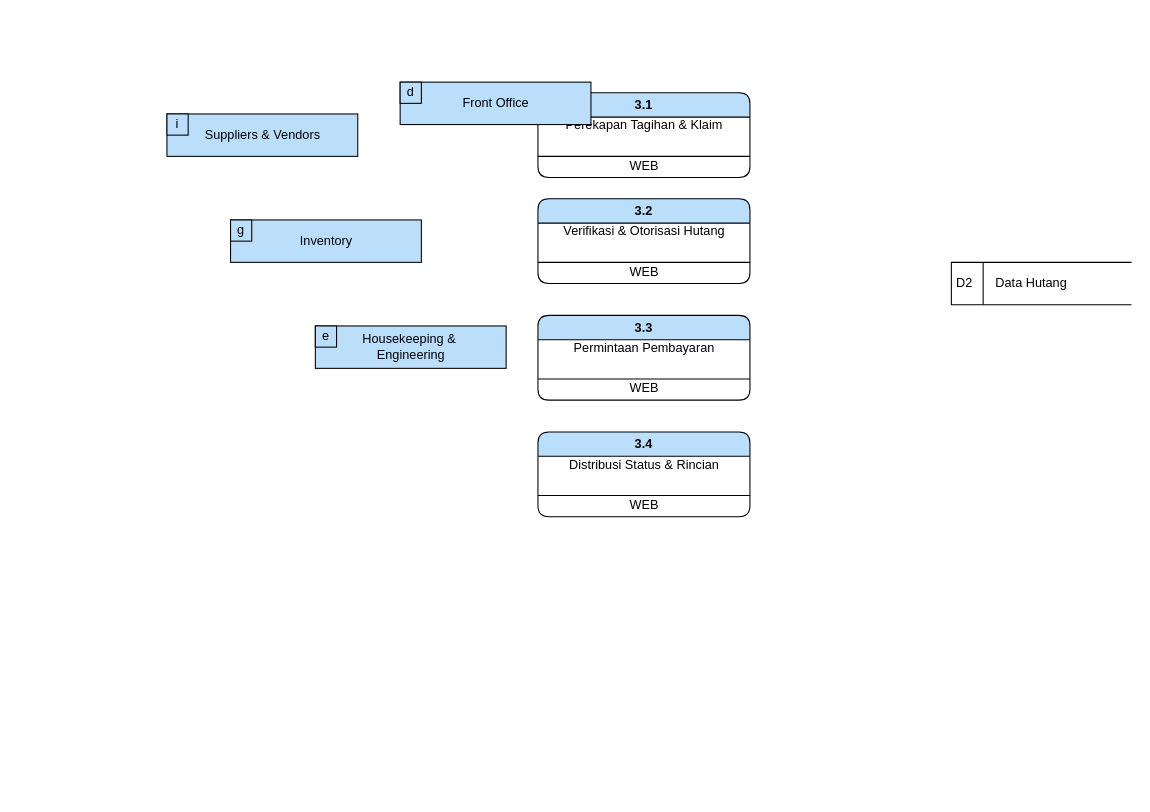
Before: page "DFD LVL 1-Hutang" (9 of 9) of DFD-FINANCE-MARU.drawio in elikawicaksana/BuildIT_BasisData, a draw.io diagram. Source tidied: cells renumbered, new cells numbered last; positions are measured from the earlier drawing's top-left corner, leaving out a move shared by most shapes. Both pictures are drawn from the tidied source at 106%, with x=0, y=0 at pixel (166, 82).
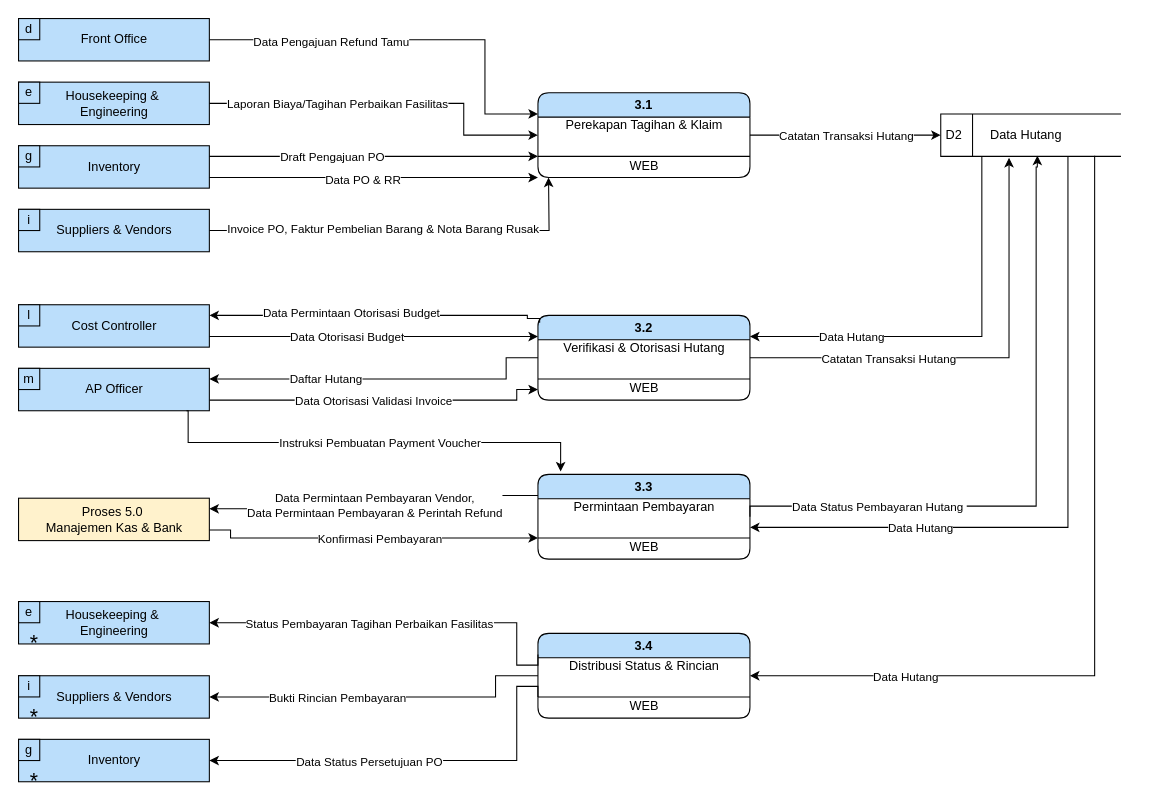
After the change.

The change refers to these unchanged cells:
```xml
<mxCell id="3" value="3.1" style="swimlane;whiteSpace=wrap;html=1;fillColor=#bbdefb;rounded=1;" parent="2" vertex="1">
  <mxGeometry width="200" height="80" as="geometry" />
</mxCell>
<mxCell id="7" value="3.2" style="swimlane;whiteSpace=wrap;html=1;fillColor=#bbdefb;rounded=1;" parent="6" vertex="1">
  <mxGeometry width="200" height="80" as="geometry" />
</mxCell>
<mxCell id="11" value="3.3" style="swimlane;whiteSpace=wrap;html=1;fillColor=#bbdefb;rounded=1;" parent="10" vertex="1">
  <mxGeometry width="200" height="80" as="geometry" />
</mxCell>
<mxCell id="15" value="3.4" style="swimlane;whiteSpace=wrap;html=1;fillColor=#bbdefb;rounded=1;" parent="14" vertex="1">
  <mxGeometry width="200" height="80" as="geometry" />
</mxCell>
<mxCell id="19" style="rounded=0;whiteSpace=wrap;html=1;fillColor=#bbdefb;" parent="18" vertex="1">
  <mxGeometry x="-30" width="180" height="40" as="geometry" />
</mxCell>
<mxCell id="23" style="rounded=0;whiteSpace=wrap;html=1;fillColor=#bbdefb;" parent="22" vertex="1">
  <mxGeometry x="-30" width="180" height="40" as="geometry" />
</mxCell>
<mxCell id="27" style="rounded=0;whiteSpace=wrap;html=1;fillColor=#bbdefb;" parent="26" vertex="1">
  <mxGeometry x="-30" width="180" height="40" as="geometry" />
</mxCell>
<mxCell id="31" style="rounded=0;whiteSpace=wrap;html=1;fillColor=#bbdefb;" parent="30" vertex="1">
  <mxGeometry x="-30" width="180" height="40" as="geometry" />
</mxCell>
```

What changed in the source:
```diff
@@
     <mxCell id="6" style="group;" parent="1" vertex="1">
-      <mxGeometry x="350" y="110" width="200" height="85" as="geometry" />
+      <mxGeometry x="350" y="220" width="200" height="85" as="geometry" />
     </mxCell>
@@
     <mxCell id="10" style="group;" parent="1" vertex="1">
-      <mxGeometry x="350" y="220" width="200" height="85" as="geometry" />
+      <mxGeometry x="350" y="370" width="200" height="85" as="geometry" />
     </mxCell>
@@
     <mxCell id="14" style="group;" parent="1" vertex="1">
-      <mxGeometry x="350" y="330" width="200" height="85" as="geometry" />
+      <mxGeometry x="350" y="520" width="200" height="85" as="geometry" />
     </mxCell>
@@
     <mxCell id="18" style="group;" parent="1" vertex="1">
-      <mxGeometry x="30" y="30" width="150" height="40" as="geometry" />
+      <mxGeometry x="-110" y="120" width="150" height="40" as="geometry" />
     </mxCell>
@@
     <mxCell id="22" style="group;" parent="1" vertex="1">
-      <mxGeometry x="90" y="130" width="150" height="40" as="geometry" />
+      <mxGeometry x="-110" y="60" width="150" height="40" as="geometry" />
     </mxCell>
@@
     <mxCell id="26" style="group;" parent="1" vertex="1">
-      <mxGeometry x="250" width="150" height="40" as="geometry" />
+      <mxGeometry x="-110" y="-60" width="150" height="40" as="geometry" />
     </mxCell>
@@
     <mxCell id="30" style="group;" parent="1" vertex="1">
-      <mxGeometry x="170" y="230" width="150" height="40" as="geometry" />
+      <mxGeometry x="-110" width="150" height="40" as="geometry" />
     </mxCell>
@@
     <mxCell id="34" style="group;" parent="1" vertex="1">
-      <mxGeometry x="740" y="170" width="170" height="40" as="geometry" />
+      <mxGeometry x="710" y="30" width="170" height="40" as="geometry" />
     </mxCell>
     <mxCell id="35" value="&lt;span style=&quot;background-color: light-dark(rgb(255, 255, 255), rgb(102, 0, 204));&quot;&gt;D2&lt;/span&gt;" style="html=1;dashed=0;whiteSpace=wrap;shape=mxgraph.dfd.dataStoreID;align=left;spacingLeft=3;points=[[0,0],[0.5,0],[1,0],[0,0.5],[1,0.5],[0,1],[0.5,1],[1,1]];fillColor=none;fillStyle=solid;" parent="34" vertex="1">
-      <mxGeometry width="170" height="40" as="geometry" />
+      <mxGeometry x="20" width="170" height="40" as="geometry" />
     </mxCell>
+    <mxCell id="37" style="edgeStyle=orthogonalEdgeStyle;rounded=0;orthogonalLoop=1;jettySize=auto;html=1;" parent="34" edge="1">
+      <mxGeometry relative="1" as="geometry">
+        <mxPoint x="140" y="40" as="sourcePoint" />
+        <mxPoint x="-160" y="390" as="targetPoint" />
+        <Array as="points">
+          <mxPoint x="140" y="390" />
+        </Array>
+      </mxGeometry>
+    </mxCell>
+    <mxCell id="38" value="Data Hutang" style="edgeLabel;html=1;align=center;verticalAlign=middle;" parent="37" vertex="1">
+      <mxGeometry x="0.38" y="1" relative="1" as="geometry">
+        <mxPoint x="-42" y="-1" as="offset" />
+      </mxGeometry>
+    </mxCell>
     <mxCell id="36" value="Data Hutang" style="text;html=1;whiteSpace=wrap;strokeColor=none;fillColor=none;align=left;verticalAlign=middle;rounded=0;" parent="34" vertex="1">
-      <mxGeometry x="40" y="5" width="80" height="30" as="geometry" />
+      <mxGeometry x="65" y="5" width="80" height="30" as="geometry" />
     </mxCell>
+    <mxCell id="39" style="edgeStyle=orthogonalEdgeStyle;rounded=0;jettySize=auto;html=1;" parent="1" edge="1" source="19">
+      <mxGeometry relative="1" as="geometry">
+        <mxPoint x="360" y="90" as="targetPoint" />
+      </mxGeometry>
+    </mxCell>
+    <mxCell id="40" value="Invoice PO, Faktur Pembelian Barang &amp;amp; Nota Barang Rusak" style="edgeLabel;html=1;align=center;verticalAlign=middle;" parent="39" vertex="1">
+      <mxGeometry x="-0.12" y="2" relative="1" as="geometry" />
+    </mxCell>
+    <mxCell id="41" style="edgeStyle=orthogonalEdgeStyle;rounded=0;jettySize=auto;html=1;entryX=0;entryY=0.75;entryDx=0;entryDy=0;exitX=1;exitY=0.25;exitDx=0;exitDy=0;" parent="1" edge="1" source="23" target="3">
+      <mxGeometry relative="1" as="geometry">
+        <Array as="points">
+          <mxPoint x="160" y="70" />
+          <mxPoint x="160" y="70" />
+        </Array>
+      </mxGeometry>
+    </mxCell>
+    <mxCell id="42" value="Draft Pengajuan PO" style="edgeLabel;html=1;align=center;verticalAlign=middle;" parent="41" vertex="1">
+      <mxGeometry x="-0.26" relative="1" as="geometry" />
+    </mxCell>
+    <mxCell id="43" style="edgeStyle=orthogonalEdgeStyle;rounded=0;jettySize=auto;html=1;entryX=0;entryY=0.5;entryDx=0;entryDy=0;" parent="1" edge="1" source="31" target="3">
+      <mxGeometry relative="1" as="geometry">
+        <Array as="points">
+          <mxPoint x="280" y="20" />
+          <mxPoint x="280" y="50" />
+        </Array>
+      </mxGeometry>
+    </mxCell>
+    <mxCell id="44" value="Laporan Biaya/Tagihan Perbaikan Fasilitas" style="edgeLabel;html=1;align=center;verticalAlign=middle;" parent="43" vertex="1">
+      <mxGeometry x="-0.52" y="1" relative="1" as="geometry">
+        <mxPoint x="38" y="1" as="offset" />
+      </mxGeometry>
+    </mxCell>
+    <mxCell id="45" style="edgeStyle=orthogonalEdgeStyle;rounded=0;jettySize=auto;html=1;entryX=0;entryY=0.25;entryDx=0;entryDy=0;" parent="1" edge="1" source="27" target="3">
+      <mxGeometry relative="1" as="geometry">
+        <Array as="points">
+          <mxPoint x="300" y="-40" />
+          <mxPoint x="300" y="30" />
+        </Array>
+      </mxGeometry>
+    </mxCell>
+    <mxCell id="46" value="Data Pengajuan Refund Tamu" style="edgeLabel;html=1;align=center;verticalAlign=middle;" parent="45" vertex="1">
+      <mxGeometry x="-0.4" y="-1" relative="1" as="geometry" />
+    </mxCell>
+    <mxCell id="47" style="edgeStyle=orthogonalEdgeStyle;rounded=0;jettySize=auto;html=1;exitX=1;exitY=0.5;exitDx=0;exitDy=0;entryX=0;entryY=0.5;entryDx=0;entryDy=0;" parent="1" edge="1" source="3" target="35">
+      <mxGeometry relative="1" as="geometry" />
+    </mxCell>
+    <mxCell id="48" value="Catatan Transaksi Hutang" style="edgeLabel;html=1;align=center;verticalAlign=middle;" parent="47" vertex="1">
+      <mxGeometry x="0.1" y="1" relative="1" as="geometry">
+        <mxPoint x="-9" y="1" as="offset" />
+      </mxGeometry>
+    </mxCell>
+    <mxCell id="49" style="group;" parent="1" vertex="1">
+      <mxGeometry x="-140" y="270" width="180" height="50" as="geometry" />
+    </mxCell>
+    <mxCell id="50" style="group;" parent="49" vertex="1">
+      <mxGeometry x="30" width="150" height="50" as="geometry" />
+    </mxCell>
+    <mxCell id="51" style="edgeStyle=orthogonalEdgeStyle;rounded=0;jettySize=auto;html=1;" parent="50" edge="1" source="53">
+      <mxGeometry relative="1" as="geometry">
+        <mxPoint x="460" y="20" as="targetPoint" />
+        <Array as="points">
+          <mxPoint x="440" y="30" />
+          <mxPoint x="440" y="20" />
+        </Array>
+      </mxGeometry>
+    </mxCell>
+    <mxCell id="52" value="Data Otorisasi Validasi Invoice" style="edgeLabel;html=1;align=center;verticalAlign=middle;" parent="51" vertex="1">
+      <mxGeometry x="-0.04" y="3" relative="1" as="geometry">
+        <mxPoint y="3" as="offset" />
+      </mxGeometry>
+    </mxCell>
+    <mxCell id="53" style="rounded=0;whiteSpace=wrap;html=1;fillColor=#bbdefb;" parent="50" vertex="1">
+      <mxGeometry x="-30" width="180" height="40" as="geometry" />
+    </mxCell>
+    <mxCell id="54" value="AP Officer" style="text;html=1;align=center;verticalAlign=middle;strokeColor=none;fillColor=none;" parent="50" vertex="1">
+      <mxGeometry x="20" y="5" width="80" height="30" as="geometry" />
+    </mxCell>
+    <mxCell id="55" value="m" style="rounded=0;whiteSpace=wrap;html=1;labelBackgroundColor=none;fillColor=light-dark(#bbdefb, #193750);strokeColor=#000000;" parent="49" vertex="1">
+      <mxGeometry width="20" height="20" as="geometry" />
+    </mxCell>
+    <mxCell id="56" style="group;" parent="1" vertex="1">
+      <mxGeometry x="-140" y="210" width="180" height="40" as="geometry" />
+    </mxCell>
+    <mxCell id="57" style="rounded=0;whiteSpace=wrap;html=1;fillColor=#bbdefb;" parent="56" vertex="1">
+      <mxGeometry width="180" height="40" as="geometry" />
+    </mxCell>
+    <mxCell id="58" value="Cost Controller" style="text;html=1;align=center;verticalAlign=middle;strokeColor=none;fillColor=none;" parent="56" vertex="1">
+      <mxGeometry x="40" y="5" width="100" height="30" as="geometry" />
+    </mxCell>
+    <mxCell id="59" value="l" style="rounded=0;whiteSpace=wrap;html=1;labelBackgroundColor=none;fillColor=light-dark(#bbdefb, #193750);strokeColor=#000000;" parent="56" vertex="1">
+      <mxGeometry width="20" height="20" as="geometry" />
+    </mxCell>
+    <mxCell id="60" style="edgeStyle=orthogonalEdgeStyle;rounded=0;jettySize=auto;html=1;entryX=1;entryY=0.25;entryDx=0;entryDy=0;exitX=0.228;exitY=1;exitDx=0;exitDy=0;exitPerimeter=0;" parent="1" edge="1" source="35" target="7">
+      <mxGeometry relative="1" as="geometry">
+        <Array as="points">
+          <mxPoint x="769" y="240" />
+        </Array>
+      </mxGeometry>
+    </mxCell>
+    <mxCell id="61" value="Data Hutang" style="edgeLabel;html=1;align=center;verticalAlign=middle;" parent="60" vertex="1">
+      <mxGeometry x="0.56" y="-4" relative="1" as="geometry">
+        <mxPoint x="10" y="4" as="offset" />
+      </mxGeometry>
+    </mxCell>
+    <mxCell id="62" style="edgeStyle=orthogonalEdgeStyle;rounded=0;jettySize=auto;html=1;exitX=0;exitY=0.5;exitDx=0;exitDy=0;entryX=1;entryY=0.25;entryDx=0;entryDy=0;" parent="1" edge="1" source="7" target="53">
+      <mxGeometry relative="1" as="geometry">
+        <Array as="points">
+          <mxPoint x="320" y="260" />
+          <mxPoint x="320" y="280" />
+        </Array>
+      </mxGeometry>
+    </mxCell>
+    <mxCell id="63" value="Daftar Hutang" style="edgeLabel;html=1;align=center;verticalAlign=middle;" parent="62" vertex="1">
+      <mxGeometry x="0.34" y="-1" relative="1" as="geometry" />
+    </mxCell>
+    <mxCell id="64" style="edgeStyle=orthogonalEdgeStyle;rounded=0;jettySize=auto;html=1;entryX=0;entryY=0.25;entryDx=0;entryDy=0;exitX=1;exitY=0.75;exitDx=0;exitDy=0;" parent="1" edge="1" source="57" target="7">
+      <mxGeometry relative="1" as="geometry">
+        <Array as="points">
+          <mxPoint x="180" y="240" />
+          <mxPoint x="180" y="240" />
+        </Array>
+      </mxGeometry>
+    </mxCell>
+    <mxCell id="65" value="Data Otorisasi Budget" style="edgeLabel;html=1;align=center;verticalAlign=middle;" parent="64" vertex="1">
+      <mxGeometry x="-0.61" y="-2" relative="1" as="geometry">
+        <mxPoint x="69" y="-2" as="offset" />
+      </mxGeometry>
+    </mxCell>
+    <mxCell id="66" style="edgeStyle=orthogonalEdgeStyle;rounded=0;jettySize=auto;html=1;entryX=1;entryY=0.25;entryDx=0;entryDy=0;exitX=0.008;exitY=0.087;exitDx=0;exitDy=0;exitPerimeter=0;" parent="1" edge="1" source="7" target="57">
+      <mxGeometry relative="1" as="geometry">
+        <Array as="points">
+          <mxPoint x="352" y="223" />
+          <mxPoint x="340" y="223" />
+          <mxPoint x="340" y="220" />
+        </Array>
+      </mxGeometry>
+    </mxCell>
+    <mxCell id="67" value="Data Permintaan Otorisasi Budget" style="edgeLabel;html=1;align=center;verticalAlign=middle;" parent="66" vertex="1">
+      <mxGeometry x="0.16" y="-3" relative="1" as="geometry" />
+    </mxCell>
+    <mxCell id="68" style="edgeStyle=orthogonalEdgeStyle;rounded=0;jettySize=auto;html=1;exitX=1;exitY=0.5;exitDx=0;exitDy=0;entryX=0.379;entryY=1.035;entryDx=0;entryDy=0;entryPerimeter=0;" parent="1" edge="1" source="7" target="35">
+      <mxGeometry relative="1" as="geometry" />
+    </mxCell>
+    <mxCell id="69" value="Catatan Transaksi Hutang" style="edgeLabel;html=1;align=center;verticalAlign=middle;" parent="68" vertex="1">
+      <mxGeometry x="-0.39" y="3" relative="1" as="geometry">
+        <mxPoint x="-2" y="3" as="offset" />
+      </mxGeometry>
+    </mxCell>
+    <mxCell id="70" style="group;" parent="1" vertex="1">
+      <mxGeometry x="-140" y="392.5" width="180" height="40" as="geometry" />
+    </mxCell>
+    <mxCell id="71" style="rounded=0;whiteSpace=wrap;html=1;fillColor=#fff2cc;strokeColor=#000000;" parent="70" vertex="1">
+      <mxGeometry width="180" height="40" as="geometry" />
+    </mxCell>
+    <mxCell id="72" value="Proses 5.0&amp;nbsp;&lt;div&gt;Manajemen Kas &amp;amp; Bank&lt;/div&gt;" style="text;html=1;align=center;verticalAlign=middle;strokeColor=none;fillColor=none;" parent="70" vertex="1">
+      <mxGeometry x="15" width="150" height="40" as="geometry" />
+    </mxCell>
+    <mxCell id="73" style="edgeStyle=orthogonalEdgeStyle;rounded=0;jettySize=auto;html=1;entryX=1;entryY=0.5;entryDx=0;entryDy=0;exitX=0.536;exitY=0.983;exitDx=0;exitDy=0;startArrow=classic;startFill=1;endArrow=none;endFill=0;exitPerimeter=0;" parent="1" edge="1" source="35" target="11">
+      <mxGeometry relative="1" as="geometry">
+        <Array as="points">
+          <mxPoint x="821" y="80" />
+          <mxPoint x="820" y="80" />
+          <mxPoint x="820" y="400" />
+          <mxPoint x="550" y="400" />
+        </Array>
+      </mxGeometry>
+    </mxCell>
+    <mxCell id="74" value="Data Status Pembayaran Hutang&amp;nbsp;" style="edgeLabel;html=1;align=center;verticalAlign=middle;" parent="73" vertex="1">
+      <mxGeometry x="0.62" y="-4" relative="1" as="geometry">
+        <mxPoint x="16" y="4" as="offset" />
+      </mxGeometry>
+    </mxCell>
+    <mxCell id="75" style="edgeStyle=orthogonalEdgeStyle;rounded=0;jettySize=auto;html=1;exitX=0;exitY=0.25;exitDx=0;exitDy=0;entryX=1;entryY=0.25;entryDx=0;entryDy=0;" parent="1" edge="1" source="11" target="71">
+      <mxGeometry relative="1" as="geometry" />
+    </mxCell>
+    <mxCell id="76" value="Data Permintaan Pembayaran Vendor,&lt;div&gt;Data Permintaan Pembayaran &amp;amp; Perintah Refund&lt;/div&gt;" style="edgeLabel;html=1;align=center;verticalAlign=middle;" parent="75" vertex="1">
+      <mxGeometry x="0.02" relative="1" as="geometry" />
+    </mxCell>
+    <mxCell id="77" style="edgeStyle=orthogonalEdgeStyle;rounded=0;jettySize=auto;html=1;exitX=1;exitY=0.75;exitDx=0;exitDy=0;entryX=0;entryY=0.75;entryDx=0;entryDy=0;" parent="1" edge="1" source="71" target="11">
+      <mxGeometry relative="1" as="geometry">
+        <Array as="points">
+          <mxPoint x="60" y="422" />
+          <mxPoint x="60" y="430" />
+        </Array>
+      </mxGeometry>
+    </mxCell>
+    <mxCell id="78" value="Konfirmasi Pembayaran" style="edgeLabel;html=1;align=center;verticalAlign=middle;" parent="77" vertex="1">
+      <mxGeometry x="-0.38" y="-3" relative="1" as="geometry">
+        <mxPoint x="70" y="-3" as="offset" />
+      </mxGeometry>
+    </mxCell>
+    <mxCell id="79" style="edgeStyle=orthogonalEdgeStyle;rounded=0;jettySize=auto;html=1;entryX=0.107;entryY=-0.034;entryDx=0;entryDy=0;entryPerimeter=0;exitX=0.88;exitY=1.001;exitDx=0;exitDy=0;exitPerimeter=0;" parent="1" edge="1" source="53" target="11">
+      <mxGeometry relative="1" as="geometry">
+        <Array as="points">
+          <mxPoint x="20" y="310" />
+          <mxPoint x="20" y="340" />
+          <mxPoint x="371" y="340" />
+        </Array>
+      </mxGeometry>
+    </mxCell>
+    <mxCell id="80" value="Instruksi Pembuatan Payment Voucher" style="edgeLabel;html=1;align=center;verticalAlign=middle;" parent="79" vertex="1">
+      <mxGeometry x="0.11" y="-3" relative="1" as="geometry">
+        <mxPoint x="-16" y="-3" as="offset" />
+      </mxGeometry>
+    </mxCell>
+    <mxCell id="81" style="edgeStyle=orthogonalEdgeStyle;rounded=0;jettySize=auto;html=1;exitX=0.854;exitY=0.983;exitDx=0;exitDy=0;exitPerimeter=0;entryX=1;entryY=0.5;entryDx=0;entryDy=0;" parent="1" edge="1" source="35" target="15">
+      <mxGeometry relative="1" as="geometry" />
+    </mxCell>
+    <mxCell id="82" value="Data Hutang" style="edgeLabel;html=1;align=center;verticalAlign=middle;" parent="81" vertex="1">
+      <mxGeometry x="0.55" relative="1" as="geometry">
+        <mxPoint x="-37" as="offset" />
+      </mxGeometry>
+    </mxCell>
+    <mxCell id="83" style="group;" parent="1" vertex="1">
+      <mxGeometry x="-110" y="560" width="150" height="40" as="geometry" />
+    </mxCell>
+    <mxCell id="84" style="rounded=0;whiteSpace=wrap;html=1;fillColor=#bbdefb;" parent="83" vertex="1">
+      <mxGeometry x="-30" width="180" height="40" as="geometry" />
+    </mxCell>
+    <mxCell id="85" value="Suppliers &amp;amp; Vendors" style="text;html=1;align=center;verticalAlign=middle;strokeColor=none;fillColor=none;" parent="83" vertex="1">
+      <mxGeometry x="-5" y="5" width="130" height="30" as="geometry" />
+    </mxCell>
+    <mxCell id="86" value="i" style="rounded=0;whiteSpace=wrap;html=1;labelBackgroundColor=none;fillColor=light-dark(#bbdefb, #193750);strokeColor=#000000;" parent="83" vertex="1">
+      <mxGeometry x="-30" width="20" height="20" as="geometry" />
+    </mxCell>
+    <mxCell id="87" value="&lt;font style=&quot;font-size: 20px;&quot;&gt;*&lt;/font&gt;" style="text;html=1;whiteSpace=wrap;strokeColor=none;fillColor=none;align=center;verticalAlign=top;rounded=0;" parent="83" vertex="1">
+      <mxGeometry x="-30" y="20" width="30" height="20" as="geometry" />
+    </mxCell>
+    <mxCell id="88" style="group;" parent="1" vertex="1">
+      <mxGeometry x="-110" y="490" width="150" height="40" as="geometry" />
+    </mxCell>
+    <mxCell id="89" style="rounded=0;whiteSpace=wrap;html=1;fillColor=#bbdefb;" parent="88" vertex="1">
+      <mxGeometry x="-30" width="180" height="40" as="geometry" />
+    </mxCell>
+    <mxCell id="90" value="Housekeeping &amp;amp;&amp;nbsp;&lt;div&gt;Engineering&lt;/div&gt;" style="text;html=1;align=center;verticalAlign=middle;strokeColor=none;fillColor=none;" parent="88" vertex="1">
+      <mxGeometry x="5" width="110" height="40" as="geometry" />
+    </mxCell>
+    <mxCell id="91" value="e" style="rounded=0;whiteSpace=wrap;html=1;labelBackgroundColor=none;fillColor=light-dark(#bbdefb, #193750);strokeColor=#000000;" parent="88" vertex="1">
+      <mxGeometry x="-30" width="20" height="20" as="geometry" />
+    </mxCell>
+    <mxCell id="92" value="&lt;font style=&quot;font-size: 20px;&quot;&gt;*&lt;/font&gt;" style="text;html=1;whiteSpace=wrap;strokeColor=none;fillColor=none;align=center;verticalAlign=top;rounded=0;" parent="88" vertex="1">
+      <mxGeometry x="-30" y="20" width="30" height="20" as="geometry" />
+    </mxCell>
+    <mxCell id="93" style="edgeStyle=orthogonalEdgeStyle;rounded=0;jettySize=auto;html=1;entryX=0;entryY=1;entryDx=0;entryDy=0;exitX=1;exitY=0.75;exitDx=0;exitDy=0;" parent="1" edge="1" source="23" target="3">
+      <mxGeometry relative="1" as="geometry">
+        <Array as="points">
+          <mxPoint x="270" y="90" />
+          <mxPoint x="270" y="90" />
+        </Array>
+      </mxGeometry>
+    </mxCell>
+    <mxCell id="94" value="Data PO &amp;amp; RR" style="edgeLabel;html=1;align=center;verticalAlign=middle;" parent="93" vertex="1">
+      <mxGeometry x="-0.07" y="2" relative="1" as="geometry">
+        <mxPoint y="4" as="offset" />
+      </mxGeometry>
+    </mxCell>
+    <mxCell id="95" style="group;" parent="1" vertex="1">
+      <mxGeometry x="-110" y="620" width="150" height="40" as="geometry" />
+    </mxCell>
+    <mxCell id="96" style="rounded=0;whiteSpace=wrap;html=1;fillColor=#bbdefb;" parent="95" vertex="1">
+      <mxGeometry x="-30" width="180" height="40" as="geometry" />
+    </mxCell>
+    <mxCell id="97" value="Inventory" style="text;html=1;align=center;verticalAlign=middle;strokeColor=none;fillColor=none;" parent="95" vertex="1">
+      <mxGeometry x="25" y="5" width="70" height="30" as="geometry" />
+    </mxCell>
+    <mxCell id="98" value="g" style="rounded=0;whiteSpace=wrap;html=1;labelBackgroundColor=none;fillColor=light-dark(#bbdefb, #193750);strokeColor=#000000;" parent="95" vertex="1">
+      <mxGeometry x="-30" width="20" height="20" as="geometry" />
+    </mxCell>
+    <mxCell id="99" value="&lt;font style=&quot;font-size: 20px;&quot;&gt;*&lt;/font&gt;" style="text;html=1;whiteSpace=wrap;strokeColor=none;fillColor=none;align=center;verticalAlign=top;rounded=0;" parent="95" vertex="1">
+      <mxGeometry x="-30" y="20" width="30" height="20" as="geometry" />
+    </mxCell>
+    <mxCell id="100" style="edgeStyle=orthogonalEdgeStyle;rounded=0;jettySize=auto;html=1;exitX=0;exitY=0.75;exitDx=0;exitDy=0;entryX=1;entryY=0.5;entryDx=0;entryDy=0;" parent="1" edge="1" source="15" target="96">
+      <mxGeometry relative="1" as="geometry">
+        <Array as="points">
+          <mxPoint x="350" y="570" />
+          <mxPoint x="330" y="570" />
+          <mxPoint x="330" y="640" />
+        </Array>
+      </mxGeometry>
+    </mxCell>
+    <mxCell id="101" value="Data Status Persetujuan PO" style="edgeLabel;html=1;align=center;verticalAlign=middle;" parent="100" vertex="1">
+      <mxGeometry x="0.49" y="1" relative="1" as="geometry">
+        <mxPoint x="51" as="offset" />
+      </mxGeometry>
+    </mxCell>
+    <mxCell id="102" style="edgeStyle=orthogonalEdgeStyle;rounded=0;jettySize=auto;html=1;exitX=0;exitY=0.5;exitDx=0;exitDy=0;entryX=1;entryY=0.5;entryDx=0;entryDy=0;" parent="1" edge="1" source="15" target="84">
+      <mxGeometry relative="1" as="geometry">
+        <Array as="points">
+          <mxPoint x="310" y="560" />
+          <mxPoint x="310" y="580" />
+        </Array>
+      </mxGeometry>
+    </mxCell>
+    <mxCell id="103" value="Bukti Rincian Pembayaran" style="edgeLabel;html=1;align=center;verticalAlign=middle;" parent="102" vertex="1">
+      <mxGeometry x="0.58" y="-6" relative="1" as="geometry">
+        <mxPoint x="51" y="6" as="offset" />
+      </mxGeometry>
+    </mxCell>
+    <mxCell id="104" style="edgeStyle=orthogonalEdgeStyle;rounded=0;jettySize=auto;html=1;exitX=0;exitY=0.25;exitDx=0;exitDy=0;entryX=1;entryY=0.5;entryDx=0;entryDy=0;" parent="1" edge="1" source="15" target="89">
+      <mxGeometry relative="1" as="geometry">
+        <Array as="points">
+          <mxPoint x="350" y="550" />
+          <mxPoint x="330" y="550" />
+          <mxPoint x="330" y="510" />
+        </Array>
+      </mxGeometry>
+    </mxCell>
+    <mxCell id="105" value="Status Pembayaran Tagihan Perbaikan Fasilitas" style="edgeLabel;html=1;align=center;verticalAlign=middle;" parent="104" vertex="1">
+      <mxGeometry x="0.55" relative="1" as="geometry">
+        <mxPoint x="69" as="offset" />
+      </mxGeometry>
+    </mxCell>
```
